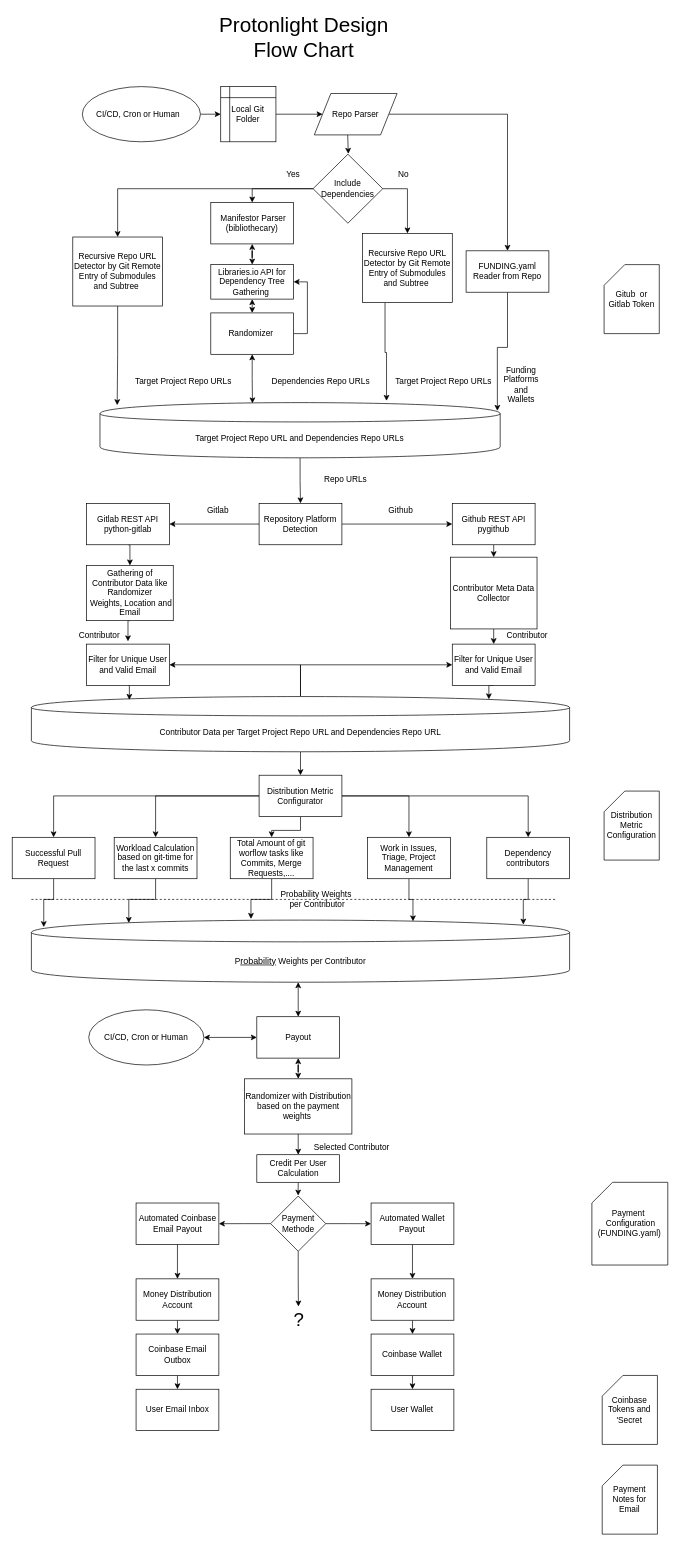
Above: docs/design/protonlight.drawio in protontypes/LibreSelery (draw.io), before the change. Source tidied: cells renumbered, new cells numbered last; positions are measured from the earlier drawing's top-left corner, leaving out a move shared by most shapes. Both pictures are drawn from the tidied source at 69%, with x=0, y=0 at pixel (12, 23).
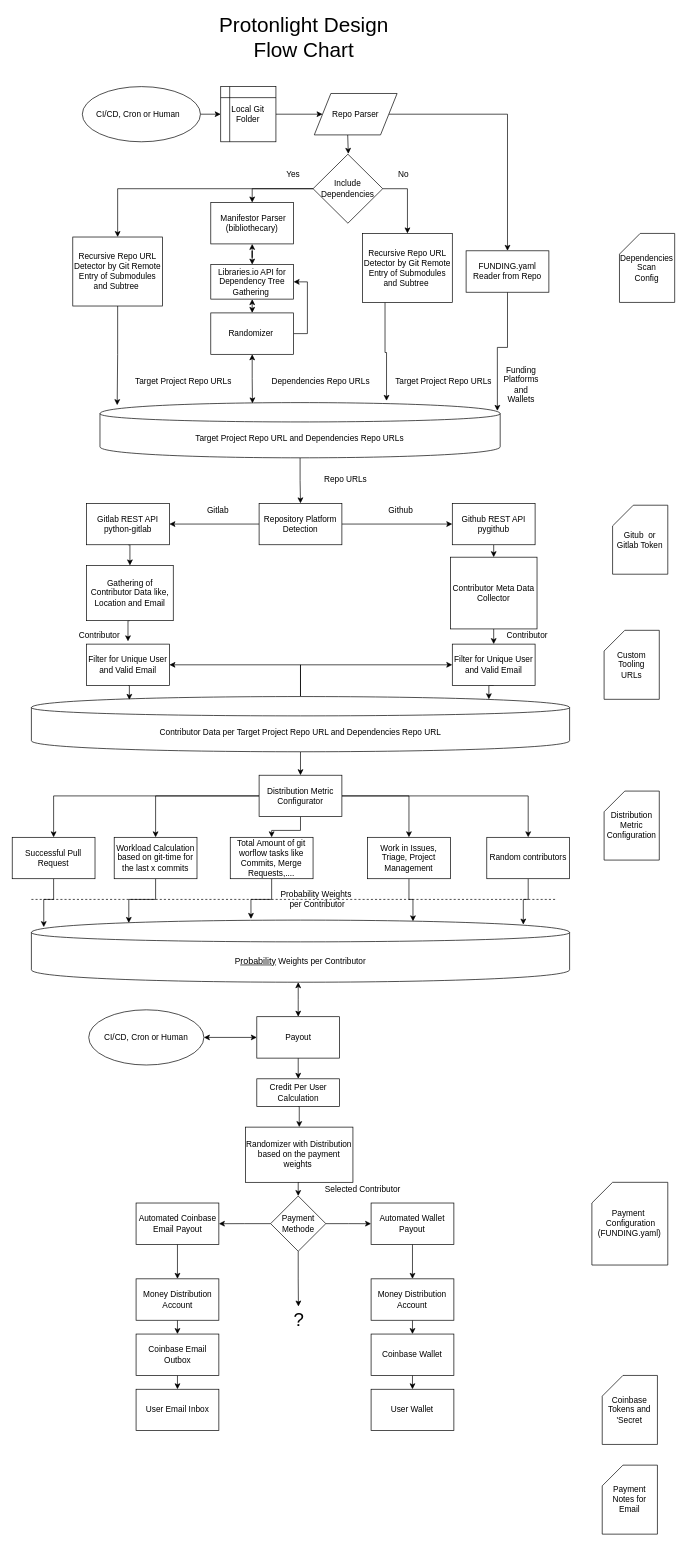
After the change.

Commit message:
working with arne and lucio on the design draft

Unchanged cells that the change refers to:
```xml
<mxCell id="86" value="Payment Methode" style="rhombus;whiteSpace=wrap;html=1;" parent="1" vertex="1">
  <mxGeometry x="374.7" y="1699.9" width="80" height="80" as="geometry" />
</mxCell>
<mxCell id="103" value="Payout" style="rounded=0;whiteSpace=wrap;html=1;" parent="1" vertex="1">
  <mxGeometry x="354.7" y="1440" width="120" height="60" as="geometry" />
</mxCell>
```

Change to the diagram source:
```diff
@@
-    <mxCell id="20" value="Gathering of Contributor Data like Randomizer&lt;br&gt;&amp;nbsp;Weights, Location and Email" style="rounded=0;whiteSpace=wrap;html=1;" parent="1" vertex="1">
+    <mxCell id="20" value="Gathering of Contributor Data like, Location and Email" style="rounded=0;whiteSpace=wrap;html=1;" parent="1" vertex="1">
       <mxGeometry x="108" y="786" width="125.6" height="80" as="geometry" />
     </mxCell>
@@
     <mxCell id="30" value="Gitub&amp;nbsp; or Gitlab Token" style="shape=card;whiteSpace=wrap;html=1;" parent="1" vertex="1">
-      <mxGeometry x="858" y="350" width="80" height="100" as="geometry" />
+      <mxGeometry x="870.3" y="698.7" width="80" height="100" as="geometry" />
     </mxCell>
@@
-    <mxCell id="39" style="edgeStyle=orthogonalEdgeStyle;rounded=0;jettySize=auto;html=1;exitX=0.5;exitY=1;exitDx=0;exitDy=0;entryX=0.5;entryY=0;entryDx=0;entryDy=0;" parent="1" edge="1" source="40" target="43">
-      <mxGeometry relative="1" as="geometry" />
-    </mxCell>
+    <mxCell id="113" style="edgeStyle=orthogonalEdgeStyle;rounded=0;jettySize=auto;html=1;exitX=0.5;exitY=1;exitDx=0;exitDy=0;entryX=0.5;entryY=0;entryDx=0;entryDy=0;" parent="1" edge="1" source="40" target="86">
+      <mxGeometry relative="1" as="geometry" />
+    </mxCell>
     <mxCell id="40" value="Randomizer with Distribution based on the payment weights&amp;nbsp;" style="rounded=0;whiteSpace=wrap;html=1;" parent="1" vertex="1">
-      <mxGeometry x="336.9" y="1530" width="155.6" height="80" as="geometry" />
+      <mxGeometry x="338.4" y="1600" width="155.6" height="80" as="geometry" />
     </mxCell>
@@
-    <mxCell id="42" style="edgeStyle=orthogonalEdgeStyle;rounded=0;jettySize=auto;html=1;exitX=0.5;exitY=1;exitDx=0;exitDy=0;entryX=0.5;entryY=0;entryDx=0;entryDy=0;" parent="1" edge="1" source="43">
-      <mxGeometry relative="1" as="geometry">
-        <mxPoint x="414.6" y="1699.2" as="targetPoint" />
-      </mxGeometry>
-    </mxCell>
-    <mxCell id="43" value="Credit Per User Calculation" style="rounded=0;whiteSpace=wrap;html=1;" parent="1" vertex="1">
-      <mxGeometry x="354.7" y="1640" width="120" height="40" as="geometry" />
-    </mxCell>
@@
-    <mxCell id="100" value="Dependency contributors" style="rounded=0;whiteSpace=wrap;html=1;" parent="1" vertex="1">
+    <mxCell id="100" value="Random contributors" style="rounded=0;whiteSpace=wrap;html=1;" parent="1" vertex="1">
       <mxGeometry x="688" y="1180" width="120" height="60" as="geometry" />
     </mxCell>
-    <mxCell id="101" style="edgeStyle=orthogonalEdgeStyle;rounded=0;jettySize=auto;html=1;exitX=0.5;exitY=1;exitDx=0;exitDy=0;startArrow=classic;startFill=1;" parent="1" edge="1" source="103" target="40">
-      <mxGeometry relative="1" as="geometry" />
-    </mxCell>
@@
+    <mxCell id="114" style="edgeStyle=orthogonalEdgeStyle;rounded=0;jettySize=auto;html=1;exitX=0.5;exitY=1;exitDx=0;exitDy=0;entryX=0.5;entryY=0;entryDx=0;entryDy=0;" parent="1" edge="1" source="103" target="43">
+      <mxGeometry relative="1" as="geometry" />
+    </mxCell>
@@
     <mxCell id="104" value="Selected Contributor" style="text;html=1;strokeColor=none;fillColor=none;align=center;verticalAlign=middle;whiteSpace=wrap;rounded=0;" parent="1" vertex="1">
-      <mxGeometry x="427.4" y="1620" width="130.6" height="20" as="geometry" />
+      <mxGeometry x="443" y="1680" width="130.6" height="20" as="geometry" />
     </mxCell>
@@
+    <mxCell id="115" value="Dependencies&lt;br&gt;Scan&lt;br&gt;Config" style="shape=card;whiteSpace=wrap;html=1;" parent="1" vertex="1">
+      <mxGeometry x="880.3" y="304.8" width="80" height="100" as="geometry" />
+    </mxCell>
+    <mxCell id="116" value="Custom&lt;br&gt;Tooling&lt;br&gt;URLs" style="shape=card;whiteSpace=wrap;html=1;" parent="1" vertex="1">
+      <mxGeometry x="858" y="880" width="80" height="100" as="geometry" />
+    </mxCell>
+    <mxCell id="117" style="edgeStyle=orthogonalEdgeStyle;rounded=0;jettySize=auto;html=1;exitX=0.5;exitY=1;exitDx=0;exitDy=0;entryX=0.5;entryY=0;entryDx=0;entryDy=0;" parent="1" edge="1" source="43" target="40">
+      <mxGeometry relative="1" as="geometry" />
+    </mxCell>
+    <mxCell id="43" value="Credit Per User Calculation" style="rounded=0;whiteSpace=wrap;html=1;" parent="1" vertex="1">
+      <mxGeometry x="354.7" y="1530" width="120" height="40" as="geometry" />
+    </mxCell>
```
